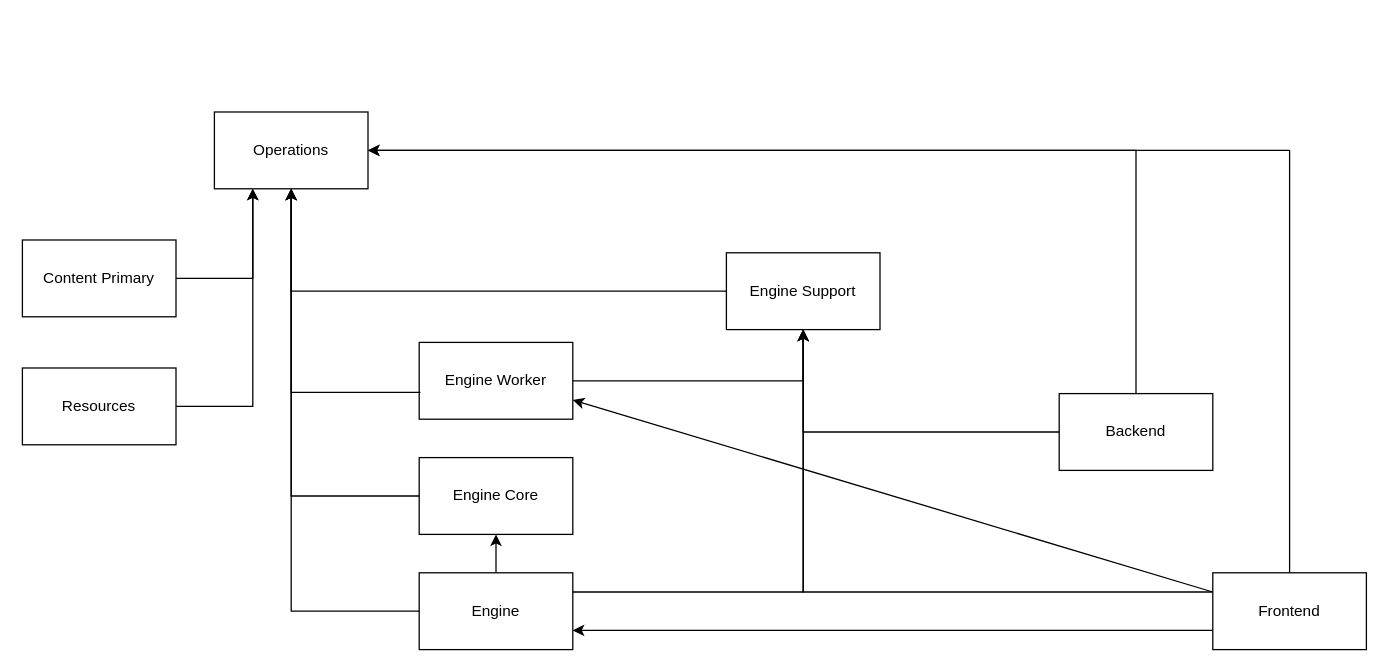
Before: public/diagrams/Untitled Diagram.drawio in data-positioning/datapos-resources, a draw.io diagram. Source tidied: cells renumbered, new cells numbered last; positions are measured from the earlier drawing's top-left corner, leaving out a move shared by most shapes. Both pictures are drawn from the tidied source at 128%, with x=0, y=0 at pixel (22, 111).
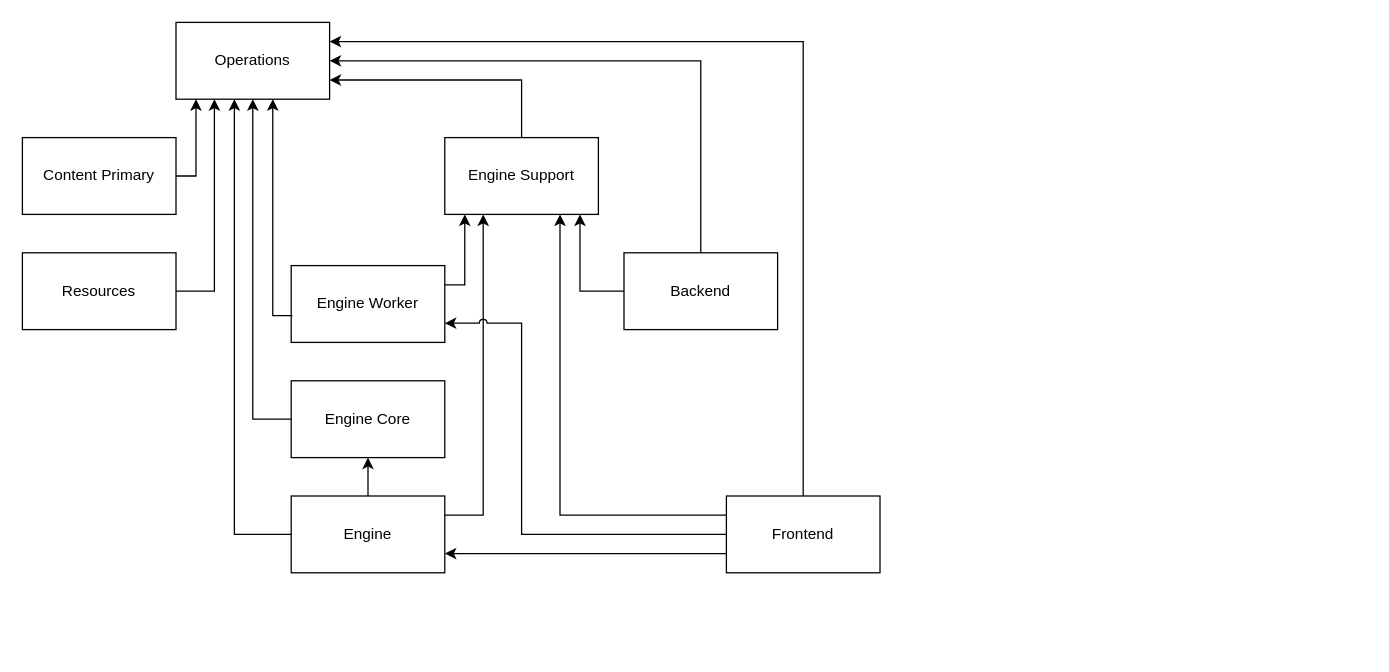
The same diagram, later.

What changed in the source:
```diff
@@
-    <mxCell id="2" value="Operations" style="rounded=0;whiteSpace=wrap;html=1;" parent="1" vertex="1">
-      <mxGeometry x="150" width="120" height="60" as="geometry" />
+    <mxCell id="2" value="Operations" style="rounded=0;whiteSpace=wrap;html=1;points=[[0,0,0,0,0],[0,0.25,0,0,0],[0,0.5,0,0,0],[0,0.75,0,0,0],[0,1,0,0,0],[0.13,1,0,0,0],[0.25,0,0,0,0],[0.25,1,0,0,0],[0.38,1,0,0,0],[0.5,0,0,0,0],[0.5,1,0,0,0],[0.63,1,0,0,0],[0.75,0,0,0,0],[0.75,1,0,0,0],[0.88,1,0,0,0],[1,0,0,0,0],[1,0.25,0,0,0],[1,0.5,0,0,0],[1,0.75,0,0,0],[1,1,0,0,0]];" parent="1" vertex="1">
+      <mxGeometry x="120" y="-70" width="120" height="60" as="geometry" />
     </mxCell>
     <mxCell id="3" value="Resources" style="rounded=0;whiteSpace=wrap;html=1;" parent="1" vertex="1">
-      <mxGeometry y="200" width="120" height="60" as="geometry" />
+      <mxGeometry y="110" width="120" height="60" as="geometry" />
     </mxCell>
-    <mxCell id="4" style="endArrow=none;html=1;rounded=0;entryX=1;entryY=0.5;entryDx=0;entryDy=0;exitX=0.25;exitY=1;exitDx=0;exitDy=0;endFill=0;startArrow=classic;startFill=1;" parent="1" edge="1" source="2" target="3">
-      <mxGeometry relative="1" as="geometry">
-        <Array as="points">
-          <mxPoint x="180" y="230" />
-        </Array>
-      </mxGeometry>
+    <mxCell id="4" style="endArrow=none;html=1;rounded=0;entryX=1;entryY=0.5;entryDx=0;entryDy=0;exitX=0.25;exitY=1;exitDx=0;exitDy=0;endFill=0;startArrow=classic;startFill=1;edgeStyle=orthogonalEdgeStyle;jumpStyle=arc;" parent="1" edge="1" source="2" target="3">
+      <mxGeometry relative="1" as="geometry" />
     </mxCell>
-    <mxCell id="5" value="Engine Support" style="rounded=0;whiteSpace=wrap;html=1;" parent="1" vertex="1">
-      <mxGeometry x="550" y="110" width="120" height="60" as="geometry" />
-    </mxCell>
-    <mxCell id="6" style="endArrow=none;html=1;rounded=0;exitX=0.5;exitY=1;exitDx=0;exitDy=0;entryX=0;entryY=0.5;entryDx=0;entryDy=0;startArrow=classic;startFill=1;endFill=0;" parent="1" edge="1" source="2" target="5">
-      <mxGeometry relative="1" as="geometry">
-        <Array as="points">
-          <mxPoint x="210" y="140" />
-        </Array>
-      </mxGeometry>
+    <mxCell id="6" style="endArrow=none;html=1;rounded=0;exitX=1;exitY=0.75;exitDx=0;exitDy=0;startArrow=classic;startFill=1;endFill=0;entryX=0.5;entryY=0;entryDx=0;entryDy=0;entryPerimeter=0;edgeStyle=orthogonalEdgeStyle;exitPerimeter=0;jumpStyle=arc;" parent="1" edge="1" source="2" target="5">
+      <mxGeometry relative="1" as="geometry" />
     </mxCell>
-    <mxCell id="7" style="edgeStyle=orthogonalEdgeStyle;rounded=0;jettySize=auto;html=1;startArrow=none;startFill=0;endArrow=classic;endFill=1;" parent="1" edge="1" source="8" target="9">
+    <mxCell id="7" style="edgeStyle=orthogonalEdgeStyle;rounded=0;jettySize=auto;html=1;startArrow=none;startFill=0;endArrow=classic;endFill=1;jumpStyle=arc;" parent="1" edge="1" source="8" target="9">
       <mxGeometry relative="1" as="geometry" />
     </mxCell>
     <mxCell id="8" value="Engine" style="rounded=0;whiteSpace=wrap;html=1;" parent="1" vertex="1">
-      <mxGeometry x="310" y="360" width="120" height="60" as="geometry" />
+      <mxGeometry x="210" y="300" width="120" height="60" as="geometry" />
     </mxCell>
     <mxCell id="9" value="Engine Core" style="rounded=0;whiteSpace=wrap;html=1;" parent="1" vertex="1">
-      <mxGeometry x="310" y="270" width="120" height="60" as="geometry" />
+      <mxGeometry x="210" y="210" width="120" height="60" as="geometry" />
     </mxCell>
-    <mxCell id="10" style="endArrow=none;html=1;rounded=0;entryX=0;entryY=0.5;entryDx=0;entryDy=0;exitX=0.5;exitY=1;exitDx=0;exitDy=0;startArrow=classic;startFill=1;endFill=0;" parent="1" edge="1" source="2" target="8">
-      <mxGeometry relative="1" as="geometry">
-        <Array as="points">
-          <mxPoint x="210" y="390" />
-        </Array>
-      </mxGeometry>
+    <mxCell id="10" style="endArrow=none;html=1;rounded=0;entryX=0;entryY=0.5;entryDx=0;entryDy=0;exitX=0.38;exitY=1;exitDx=0;exitDy=0;startArrow=classic;startFill=1;endFill=0;exitPerimeter=0;edgeStyle=orthogonalEdgeStyle;jumpStyle=arc;" parent="1" edge="1" source="2" target="8">
+      <mxGeometry relative="1" as="geometry" />
     </mxCell>
-    <mxCell id="11" style="endArrow=none;html=1;rounded=0;exitX=0.5;exitY=1;exitDx=0;exitDy=0;startArrow=classic;startFill=1;endFill=0;entryX=1;entryY=0.25;entryDx=0;entryDy=0;" parent="1" edge="1" source="5" target="8">
-      <mxGeometry relative="1" as="geometry">
-        <Array as="points">
-          <mxPoint x="610" y="375" />
-        </Array>
-      </mxGeometry>
+    <mxCell id="11" style="endArrow=none;html=1;rounded=0;exitX=0.25;exitY=1;exitDx=0;exitDy=0;startArrow=classic;startFill=1;endFill=0;entryX=1;entryY=0.25;entryDx=0;entryDy=0;exitPerimeter=0;edgeStyle=orthogonalEdgeStyle;jumpStyle=arc;" parent="1" edge="1" source="5" target="8">
+      <mxGeometry relative="1" as="geometry" />
     </mxCell>
-    <mxCell id="12" style="endArrow=none;html=1;rounded=0;entryX=0;entryY=0.5;entryDx=0;entryDy=0;exitX=0.5;exitY=1;exitDx=0;exitDy=0;startArrow=classic;startFill=1;endFill=0;" parent="1" edge="1" source="2" target="9">
-      <mxGeometry relative="1" as="geometry">
-        <Array as="points">
-          <mxPoint x="210" y="300" />
-        </Array>
-      </mxGeometry>
+    <mxCell id="12" style="endArrow=none;html=1;rounded=0;entryX=0;entryY=0.5;entryDx=0;entryDy=0;exitX=0.5;exitY=1;exitDx=0;exitDy=0;startArrow=classic;startFill=1;endFill=0;exitPerimeter=0;edgeStyle=orthogonalEdgeStyle;jumpStyle=arc;" parent="1" edge="1" source="2" target="9">
+      <mxGeometry relative="1" as="geometry" />
     </mxCell>
     <mxCell id="13" value="Engine Worker" style="rounded=0;whiteSpace=wrap;html=1;" parent="1" vertex="1">
-      <mxGeometry x="310" y="180" width="120" height="60" as="geometry" />
+      <mxGeometry x="210" y="120" width="120" height="60" as="geometry" />
     </mxCell>
-    <mxCell id="14" style="endArrow=none;html=1;rounded=0;exitX=0.5;exitY=1;exitDx=0;exitDy=0;entryX=1;entryY=0.5;entryDx=0;entryDy=0;startArrow=classic;startFill=1;endFill=0;" parent="1" edge="1" source="5" target="13">
-      <mxGeometry relative="1" as="geometry">
-        <Array as="points">
-          <mxPoint x="610" y="210" />
-        </Array>
-      </mxGeometry>
-    </mxCell>
-    <mxCell id="15" style="endArrow=none;html=1;rounded=0;entryX=0.008;entryY=0.65;entryDx=0;entryDy=0;exitX=0.5;exitY=1;exitDx=0;exitDy=0;entryPerimeter=0;startArrow=classic;startFill=1;endFill=0;" parent="1" edge="1" source="2" target="13">
-      <mxGeometry relative="1" as="geometry">
-        <Array as="points">
-          <mxPoint x="210" y="219" />
-        </Array>
-      </mxGeometry>
+    <mxCell id="15" style="endArrow=none;html=1;rounded=0;entryX=0.008;entryY=0.65;entryDx=0;entryDy=0;exitX=0.63;exitY=1;exitDx=0;exitDy=0;entryPerimeter=0;startArrow=classic;startFill=1;endFill=0;exitPerimeter=0;edgeStyle=orthogonalEdgeStyle;jumpStyle=arc;" parent="1" edge="1" source="2" target="13">
+      <mxGeometry relative="1" as="geometry" />
     </mxCell>
     <mxCell id="16" value="Content Primary" style="rounded=0;whiteSpace=wrap;html=1;" parent="1" vertex="1">
-      <mxGeometry y="100" width="120" height="60" as="geometry" />
+      <mxGeometry y="20" width="120" height="60" as="geometry" />
     </mxCell>
-    <mxCell id="17" style="endArrow=none;html=1;rounded=0;exitX=0.25;exitY=1;exitDx=0;exitDy=0;entryX=1;entryY=0.5;entryDx=0;entryDy=0;startArrow=classic;startFill=1;endFill=0;" parent="1" edge="1" source="2" target="16">
-      <mxGeometry relative="1" as="geometry">
-        <Array as="points">
-          <mxPoint x="180" y="130" />
-        </Array>
-      </mxGeometry>
+    <mxCell id="17" style="endArrow=none;html=1;rounded=0;entryX=1;entryY=0.5;entryDx=0;entryDy=0;startArrow=classic;startFill=1;endFill=0;exitX=0.13;exitY=1;exitDx=0;exitDy=0;exitPerimeter=0;edgeStyle=orthogonalEdgeStyle;jumpStyle=arc;" parent="1" edge="1" source="2" target="16">
+      <mxGeometry relative="1" as="geometry" />
     </mxCell>
     <mxCell id="18" value="Backend" style="rounded=0;whiteSpace=wrap;html=1;" parent="1" vertex="1">
-      <mxGeometry x="810" y="220" width="120" height="60" as="geometry" />
+      <mxGeometry x="470" y="110" width="120" height="60" as="geometry" />
     </mxCell>
     <mxCell id="19" value="Frontend" style="rounded=0;whiteSpace=wrap;html=1;" parent="1" vertex="1">
-      <mxGeometry x="930" y="360" width="120" height="60" as="geometry" />
+      <mxGeometry x="550" y="300" width="120" height="60" as="geometry" />
     </mxCell>
-    <mxCell id="20" style="endArrow=none;html=1;rounded=0;exitX=0.5;exitY=1;exitDx=0;exitDy=0;entryX=0;entryY=0.5;entryDx=0;entryDy=0;startArrow=classic;startFill=1;endFill=0;" parent="1" edge="1" source="5" target="18">
-      <mxGeometry relative="1" as="geometry">
-        <Array as="points">
-          <mxPoint x="610" y="250" />
-        </Array>
-      </mxGeometry>
+    <mxCell id="20" style="endArrow=none;html=1;rounded=0;exitX=0.88;exitY=1;exitDx=0;exitDy=0;entryX=0;entryY=0.5;entryDx=0;entryDy=0;startArrow=classic;startFill=1;endFill=0;exitPerimeter=0;edgeStyle=orthogonalEdgeStyle;jumpStyle=arc;" parent="1" edge="1" source="5" target="18">
+      <mxGeometry relative="1" as="geometry" />
     </mxCell>
-    <mxCell id="21" style="endArrow=none;html=1;rounded=0;exitX=0.5;exitY=1;exitDx=0;exitDy=0;startArrow=classic;startFill=1;endFill=0;entryX=0;entryY=0.25;entryDx=0;entryDy=0;" parent="1" edge="1" source="5" target="19">
-      <mxGeometry relative="1" as="geometry">
-        <Array as="points">
-          <mxPoint x="610" y="375" />
-        </Array>
-      </mxGeometry>
+    <mxCell id="21" style="endArrow=none;html=1;rounded=0;exitX=0.75;exitY=1;exitDx=0;exitDy=0;startArrow=classic;startFill=1;endFill=0;exitPerimeter=0;edgeStyle=orthogonalEdgeStyle;entryX=0;entryY=0.25;entryDx=0;entryDy=0;jumpStyle=arc;" parent="1" edge="1" source="5" target="19">
+      <mxGeometry relative="1" as="geometry" />
     </mxCell>
-    <mxCell id="22" style="endArrow=none;html=1;rounded=0;exitX=1;exitY=0.5;exitDx=0;exitDy=0;entryX=0.5;entryY=0;entryDx=0;entryDy=0;startArrow=classic;startFill=1;endFill=0;" parent="1" edge="1" source="2" target="18">
-      <mxGeometry relative="1" as="geometry">
-        <Array as="points">
-          <mxPoint x="870" y="30" />
-        </Array>
-      </mxGeometry>
+    <mxCell id="22" style="endArrow=none;html=1;rounded=0;exitX=1;exitY=0.5;exitDx=0;exitDy=0;entryX=0.5;entryY=0;entryDx=0;entryDy=0;startArrow=classic;startFill=1;endFill=0;exitPerimeter=0;edgeStyle=orthogonalEdgeStyle;jumpStyle=arc;" parent="1" edge="1" source="2" target="18">
+      <mxGeometry relative="1" as="geometry" />
     </mxCell>
-    <mxCell id="23" style="endArrow=none;html=1;rounded=0;exitX=1;exitY=0.5;exitDx=0;exitDy=0;entryX=0.5;entryY=0;entryDx=0;entryDy=0;startArrow=classic;startFill=1;endFill=0;" parent="1" edge="1" source="2" target="19">
-      <mxGeometry relative="1" as="geometry">
-        <Array as="points">
-          <mxPoint x="990" y="30" />
-        </Array>
-      </mxGeometry>
+    <mxCell id="23" style="endArrow=none;html=1;rounded=0;exitX=1;exitY=0.25;exitDx=0;exitDy=0;entryX=0.5;entryY=0;entryDx=0;entryDy=0;startArrow=classic;startFill=1;endFill=0;edgeStyle=orthogonalEdgeStyle;exitPerimeter=0;jumpStyle=arc;" parent="1" edge="1" source="2" target="19">
+      <mxGeometry relative="1" as="geometry" />
     </mxCell>
-    <mxCell id="24" style="endArrow=none;html=1;rounded=0;startArrow=classic;startFill=1;endFill=0;entryX=0;entryY=0.75;entryDx=0;entryDy=0;exitX=1;exitY=0.75;exitDx=0;exitDy=0;" parent="1" edge="1" source="8" target="19">
+    <mxCell id="24" style="endArrow=none;html=1;rounded=0;startArrow=classic;startFill=1;endFill=0;entryX=0;entryY=0.75;entryDx=0;entryDy=0;exitX=1;exitY=0.75;exitDx=0;exitDy=0;edgeStyle=orthogonalEdgeStyle;jumpStyle=arc;" parent="1" edge="1" source="8" target="19">
       <mxGeometry relative="1" as="geometry" />
     </mxCell>
-    <mxCell id="25" style="endArrow=none;html=1;rounded=0;exitX=1;exitY=0.75;exitDx=0;exitDy=0;entryX=0;entryY=0.25;entryDx=0;entryDy=0;startArrow=classic;startFill=1;endFill=0;" parent="1" edge="1" source="13" target="19">
-      <mxGeometry relative="1" as="geometry" />
+    <mxCell id="25" style="endArrow=none;html=1;rounded=0;exitX=1;exitY=0.75;exitDx=0;exitDy=0;entryX=0;entryY=0.5;entryDx=0;entryDy=0;startArrow=classic;startFill=1;endFill=0;edgeStyle=orthogonalEdgeStyle;jumpStyle=arc;" parent="1" edge="1" source="13" target="19">
+      <mxGeometry relative="1" as="geometry">
+        <Array as="points">
+          <mxPoint x="390" y="165" />
+          <mxPoint x="390" y="330" />
+        </Array>
+      </mxGeometry>
     </mxCell>
+    <mxCell id="5" value="Engine Support" style="rounded=0;whiteSpace=wrap;html=1;points=[[0,0,0,0,0],[0,0.25,0,0,0],[0,0.5,0,0,0],[0,0.75,0,0,0],[0,1,0,0,0],[0.13,1,0,0,0],[0.25,0,0,0,0],[0.25,1,0,0,0],[0.38,1,0,0,0],[0.5,0,0,0,0],[0.5,1,0,0,0],[0.63,1,0,0,0],[0.75,0,0,0,0],[0.75,1,0,0,0],[0.88,1,0,0,0],[1,0,0,0,0],[1,0.25,0,0,0],[1,0.5,0,0,0],[1,0.75,0,0,0],[1,1,0,0,0]];" parent="1" vertex="1">
+      <mxGeometry x="330" y="20" width="120" height="60" as="geometry" />
+    </mxCell>
+    <mxCell id="26" style="endArrow=classic;html=1;rounded=0;entryX=0.13;entryY=1;entryDx=0;entryDy=0;entryPerimeter=0;exitX=1;exitY=0.25;exitDx=0;exitDy=0;edgeStyle=orthogonalEdgeStyle;jumpStyle=arc;" parent="1" edge="1" source="13" target="5">
+      <mxGeometry relative="1" as="geometry" />
+    </mxCell>
```
